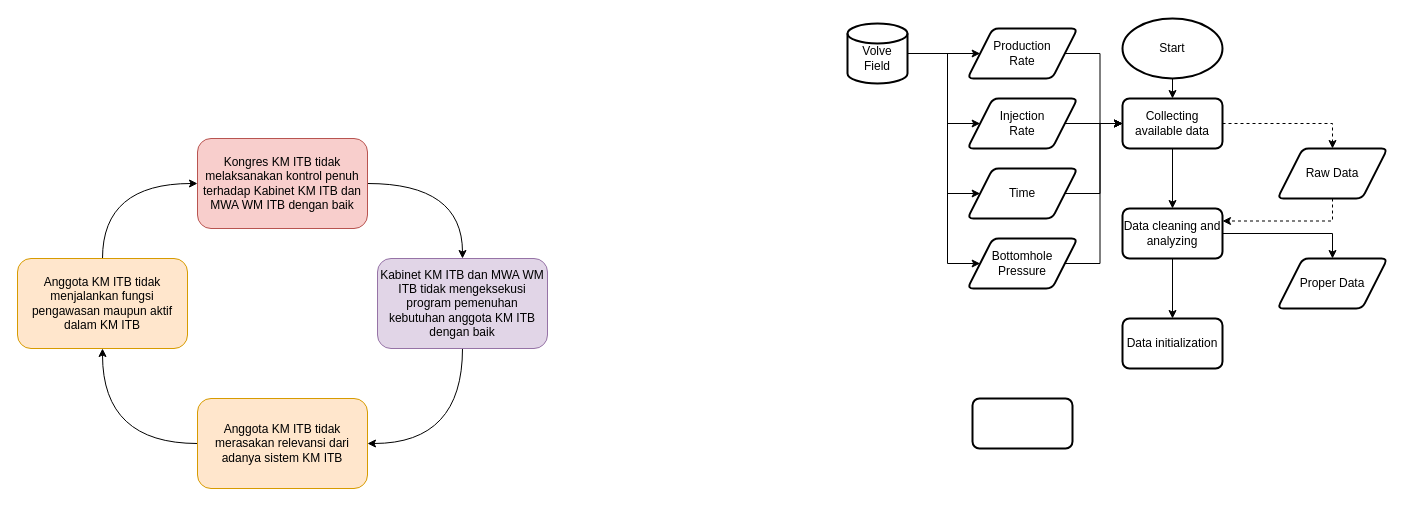
The draw.io diagram Untitled Diagram.drawio in leleony/leleony, before the edit. Source tidied: cells renumbered, new cells numbered last; positions are measured from the earlier drawing's top-left corner, leaving out a move shared by most shapes. Both pictures are drawn from the tidied source at 100%, with x=0, y=0 at pixel (17, 18).
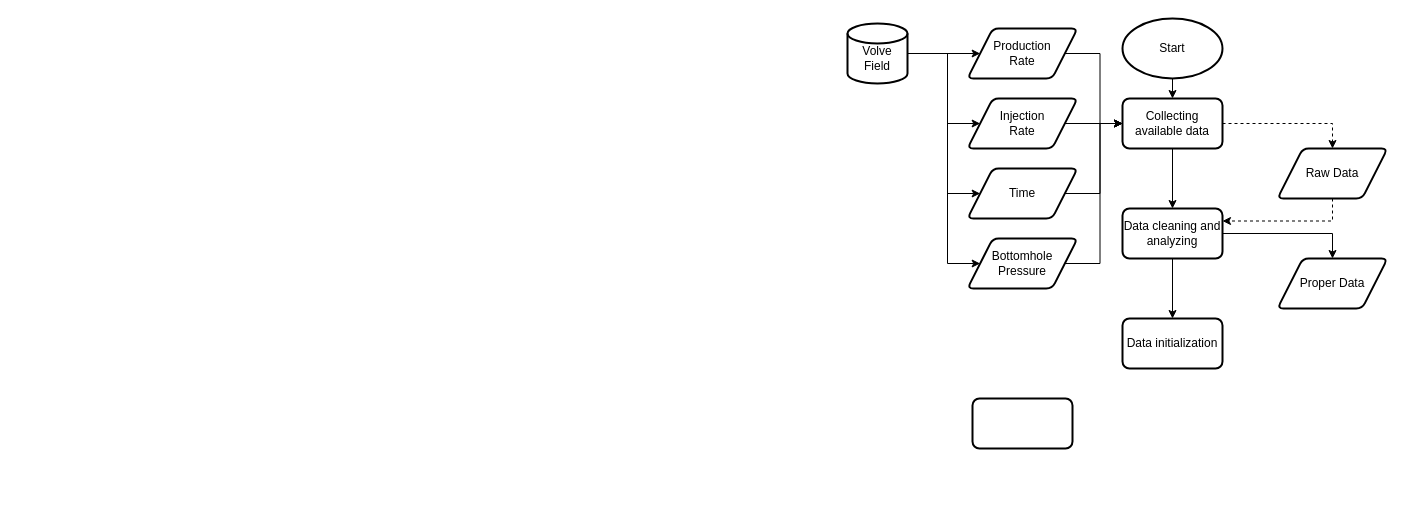
Above is the later version.

Change to the diagram source:
```diff
@@
-    <mxCell id="2" style="edgeStyle=orthogonalEdgeStyle;rounded=0;jettySize=auto;html=1;exitX=1;exitY=0.5;exitDx=0;exitDy=0;entryX=0.5;entryY=0;entryDx=0;entryDy=0;curved=1;" parent="1" edge="1" source="3" target="5">
-      <mxGeometry relative="1" as="geometry" />
-    </mxCell>
-    <mxCell id="3" value="Kongres KM ITB tidak melaksanakan kontrol penuh terhadap Kabinet KM ITB dan MWA WM ITB dengan baik" style="rounded=1;whiteSpace=wrap;html=1;fillColor=#f8cecc;strokeColor=#b85450;" parent="1" vertex="1">
-      <mxGeometry x="180" y="120" width="170" height="90" as="geometry" />
-    </mxCell>
-    <mxCell id="4" style="edgeStyle=orthogonalEdgeStyle;rounded=0;jettySize=auto;html=1;exitX=0.5;exitY=1;exitDx=0;exitDy=0;entryX=1;entryY=0.5;entryDx=0;entryDy=0;curved=1;" parent="1" edge="1" source="5" target="7">
-      <mxGeometry relative="1" as="geometry" />
-    </mxCell>
-    <mxCell id="5" value="Kabinet KM ITB dan MWA WM ITB tidak mengeksekusi program pemenuhan kebutuhan anggota KM ITB dengan baik" style="rounded=1;whiteSpace=wrap;html=1;fillColor=#e1d5e7;strokeColor=#9673a6;" parent="1" vertex="1">
-      <mxGeometry x="360" y="240" width="170" height="90" as="geometry" />
-    </mxCell>
-    <mxCell id="6" style="edgeStyle=orthogonalEdgeStyle;rounded=0;jettySize=auto;html=1;exitX=0;exitY=0.5;exitDx=0;exitDy=0;curved=1;" parent="1" edge="1" source="7" target="9">
-      <mxGeometry relative="1" as="geometry" />
-    </mxCell>
-    <mxCell id="7" value="Anggota KM ITB tidak merasakan relevansi dari adanya sistem KM ITB" style="rounded=1;whiteSpace=wrap;html=1;fillColor=#ffe6cc;strokeColor=#d79b00;" parent="1" vertex="1">
-      <mxGeometry x="180" y="380" width="170" height="90" as="geometry" />
-    </mxCell>
-    <mxCell id="8" style="edgeStyle=orthogonalEdgeStyle;rounded=0;jettySize=auto;html=1;exitX=0.5;exitY=0;exitDx=0;exitDy=0;entryX=0;entryY=0.5;entryDx=0;entryDy=0;curved=1;" parent="1" edge="1" source="9" target="3">
-      <mxGeometry relative="1" as="geometry" />
-    </mxCell>
-    <mxCell id="9" value="Anggota KM ITB tidak menjalankan fungsi pengawasan maupun aktif dalam KM ITB" style="rounded=1;whiteSpace=wrap;html=1;fillColor=#ffe6cc;strokeColor=#d79b00;" parent="1" vertex="1">
-      <mxGeometry y="240" width="170" height="90" as="geometry" />
-    </mxCell>
```
